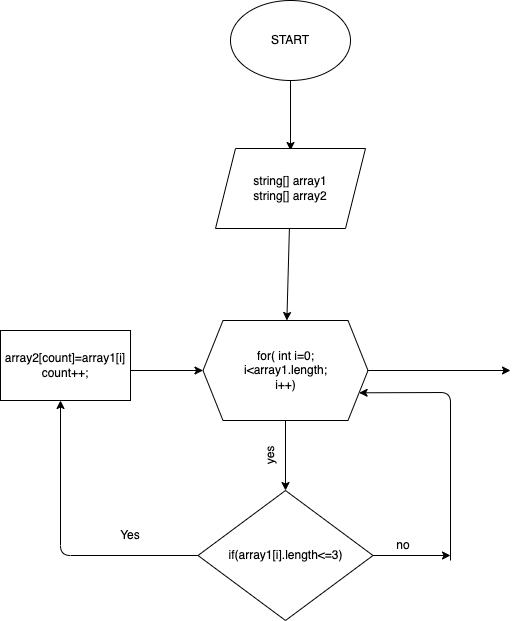
The draw.io diagram blockShema/Bloch.png in ilaygus/KontrolWork, before a commit. Source tidied: cells renumbered, new cells last; positions are measured from the earlier drawing's top-left corner, leaving out a move shared by most shapes. Source of this version:
```xml
<mxGraphModel>
  <root>
    <mxCell id="0" />
    <mxCell id="1" parent="0" />
    <mxCell id="2" value="START" style="ellipse;whiteSpace=wrap;html=1;" parent="1" vertex="1">
      <mxGeometry x="230" width="120" height="80" as="geometry" />
    </mxCell>
    <mxCell id="3" style="endArrow=none;html=1;entryX=0.5;entryY=1;entryDx=0;entryDy=0;" parent="1" edge="1" target="2">
      <mxGeometry relative="1" as="geometry">
        <mxPoint x="290" y="150" as="sourcePoint" />
      </mxGeometry>
    </mxCell>
    <mxCell id="4" style="endArrow=classic;html=1;" parent="1" edge="1">
      <mxGeometry relative="1" as="geometry">
        <mxPoint x="290" y="140" as="sourcePoint" />
        <mxPoint x="290" y="150" as="targetPoint" />
        <Array as="points">
          <mxPoint x="290" y="80" />
        </Array>
      </mxGeometry>
    </mxCell>
    <mxCell id="5" style="edgeStyle=none;html=1;" parent="1" edge="1" source="6" target="8">
      <mxGeometry relative="1" as="geometry" />
    </mxCell>
    <mxCell id="6" value="string[] array1&lt;br&gt;string[] array2&lt;br&gt;" style="shape=parallelogram;perimeter=parallelogramPerimeter;whiteSpace=wrap;html=1;fixedSize=1;" parent="1" vertex="1">
      <mxGeometry x="215" y="148" width="150" height="80" as="geometry" />
    </mxCell>
    <mxCell id="7" style="edgeStyle=none;html=1;" parent="1" edge="1" source="8" target="10">
      <mxGeometry relative="1" as="geometry" />
    </mxCell>
    <mxCell id="8" value="&lt;span&gt;for( int i=0;&lt;/span&gt;&lt;br&gt;&lt;span&gt;i&amp;lt;array1.length;&lt;/span&gt;&lt;br&gt;&lt;span&gt;i++)&lt;/span&gt;" style="shape=hexagon;perimeter=hexagonPerimeter2;whiteSpace=wrap;html=1;fixedSize=1;" parent="1" vertex="1">
      <mxGeometry x="202.5" y="320" width="165" height="100" as="geometry" />
    </mxCell>
    <mxCell id="9" style="edgeStyle=none;html=1;exitX=0;exitY=0.5;exitDx=0;exitDy=0;" parent="1" edge="1" source="10">
      <mxGeometry relative="1" as="geometry">
        <mxPoint x="60" y="400" as="targetPoint" />
        <Array as="points">
          <mxPoint x="60" y="555" />
        </Array>
      </mxGeometry>
    </mxCell>
    <mxCell id="10" value="if(array1[i].length&amp;lt;=3)" style="rhombus;whiteSpace=wrap;html=1;" parent="1" vertex="1">
      <mxGeometry x="197.5" y="490" width="175" height="130" as="geometry" />
    </mxCell>
    <mxCell id="11" value="array2[count]=array1[i]&lt;br&gt;count++;" style="rounded=0;whiteSpace=wrap;html=1;" parent="1" vertex="1">
      <mxGeometry y="330" width="130" height="70" as="geometry" />
    </mxCell>
    <mxCell id="12" value="Yes" style="text;html=1;strokeColor=none;fillColor=none;align=center;verticalAlign=middle;whiteSpace=wrap;rounded=0;" parent="1" vertex="1">
      <mxGeometry x="100" y="520" width="60" height="30" as="geometry" />
    </mxCell>
    <mxCell id="13" style="endArrow=classic;html=1;entryX=0;entryY=0.5;entryDx=0;entryDy=0;" parent="1" edge="1" target="8">
      <mxGeometry relative="1" as="geometry">
        <mxPoint x="130" y="370" as="sourcePoint" />
      </mxGeometry>
    </mxCell>
    <mxCell id="14" style="endArrow=classic;html=1;exitX=1;exitY=0.5;exitDx=0;exitDy=0;" parent="1" edge="1" source="10">
      <mxGeometry relative="1" as="geometry">
        <mxPoint x="450" y="555" as="targetPoint" />
      </mxGeometry>
    </mxCell>
    <mxCell id="15" style="endArrow=classic;html=1;entryX=1;entryY=0.75;entryDx=0;entryDy=0;" parent="1" edge="1" target="8">
      <mxGeometry relative="1" as="geometry">
        <mxPoint x="450" y="560" as="sourcePoint" />
        <Array as="points">
          <mxPoint x="450" y="392" />
        </Array>
      </mxGeometry>
    </mxCell>
    <mxCell id="16" value="no" style="text;html=1;strokeColor=none;fillColor=none;align=center;verticalAlign=middle;whiteSpace=wrap;rounded=0;" parent="1" vertex="1">
      <mxGeometry x="372.5" y="530" width="60" height="30" as="geometry" />
    </mxCell>
    <mxCell id="17" style="endArrow=classic;html=1;" parent="1" edge="1">
      <mxGeometry relative="1" as="geometry">
        <mxPoint x="367.5" y="370" as="sourcePoint" />
        <mxPoint x="510" y="370" as="targetPoint" />
      </mxGeometry>
    </mxCell>
    <mxCell id="18" value="yes&lt;br&gt;" style="text;html=1;strokeColor=none;fillColor=none;align=center;verticalAlign=middle;whiteSpace=wrap;rounded=0;rotation=270;" parent="1" vertex="1">
      <mxGeometry x="240" y="440" width="60" height="30" as="geometry" />
    </mxCell>
  </root>
</mxGraphModel>
```
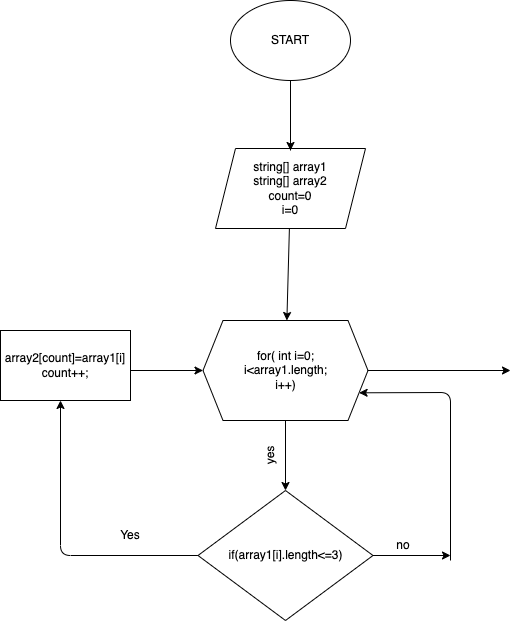
The same diagram one commit later.

Commit message:
основная часть блок схемы2

Change to the diagram source:
```diff
@@ -22,7 +22,7 @@
     <mxCell id="5" style="edgeStyle=none;html=1;" parent="1" edge="1" source="6" target="8">
       <mxGeometry relative="1" as="geometry" />
     </mxCell>
-    <mxCell id="6" value="string[] array1&lt;br&gt;string[] array2&lt;br&gt;" style="shape=parallelogram;perimeter=parallelogramPerimeter;whiteSpace=wrap;html=1;fixedSize=1;" parent="1" vertex="1">
+    <mxCell id="6" value="string[] array1&lt;br&gt;string[] array2&lt;br&gt;count=0&lt;br&gt;i=0" style="shape=parallelogram;perimeter=parallelogramPerimeter;whiteSpace=wrap;html=1;fixedSize=1;fillColor=none;strokeWidth=1;" parent="1" vertex="1">
       <mxGeometry x="215" y="148" width="150" height="80" as="geometry" />
     </mxCell>
     <mxCell id="7" style="edgeStyle=none;html=1;" parent="1" edge="1" source="8" target="10">
```
